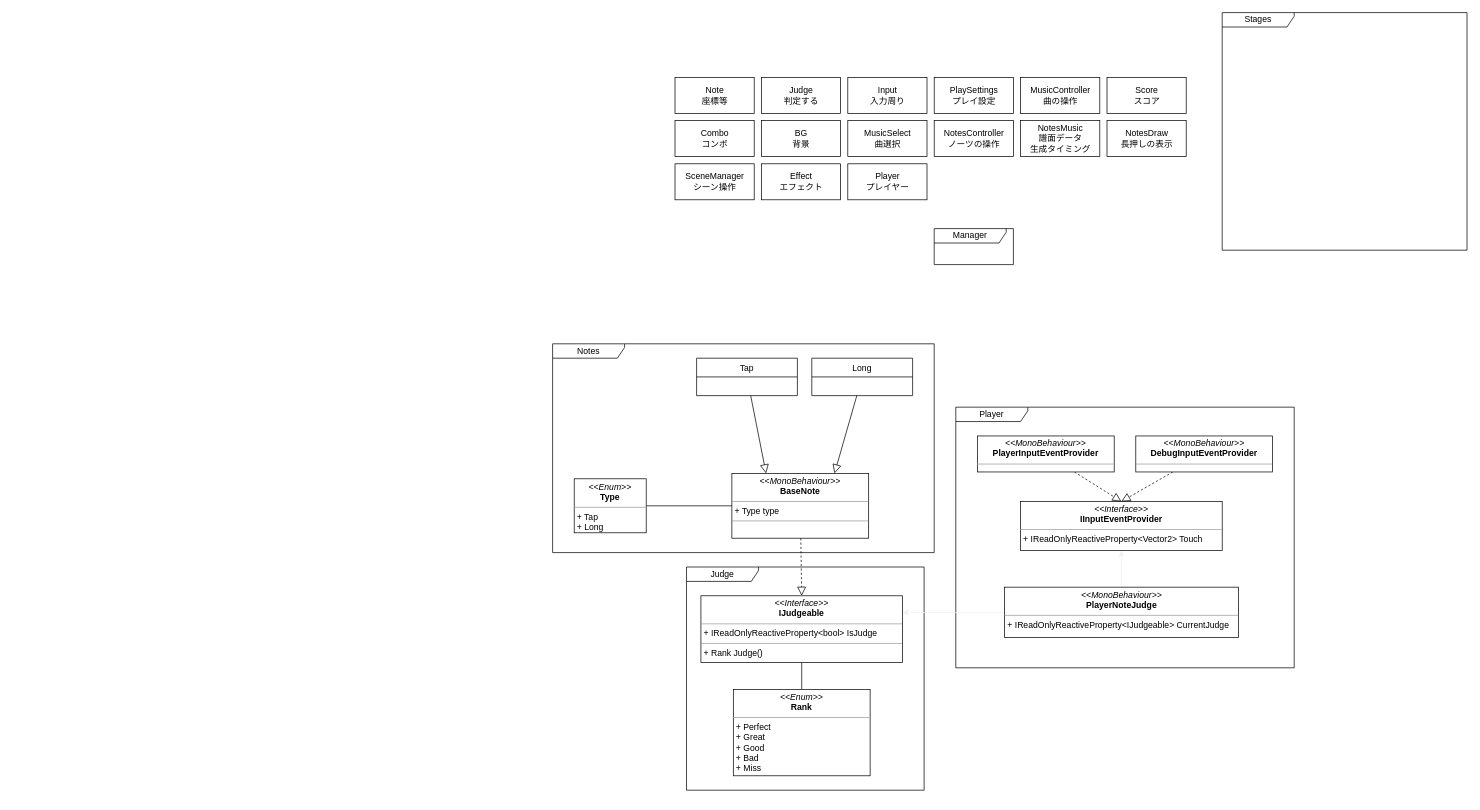
The draw.io diagram Assets/Ringtone/Documents~/Ringtone.drawio in eorfeorf/Ringtone, before the edit. Source tidied: cells renumbered, new cells numbered last; positions are measured from the earlier drawing's top-left corner, leaving out a move shared by most shapes. Both pictures are drawn from the tidied source at 72%, with x=0, y=0 at pixel (552, 12).
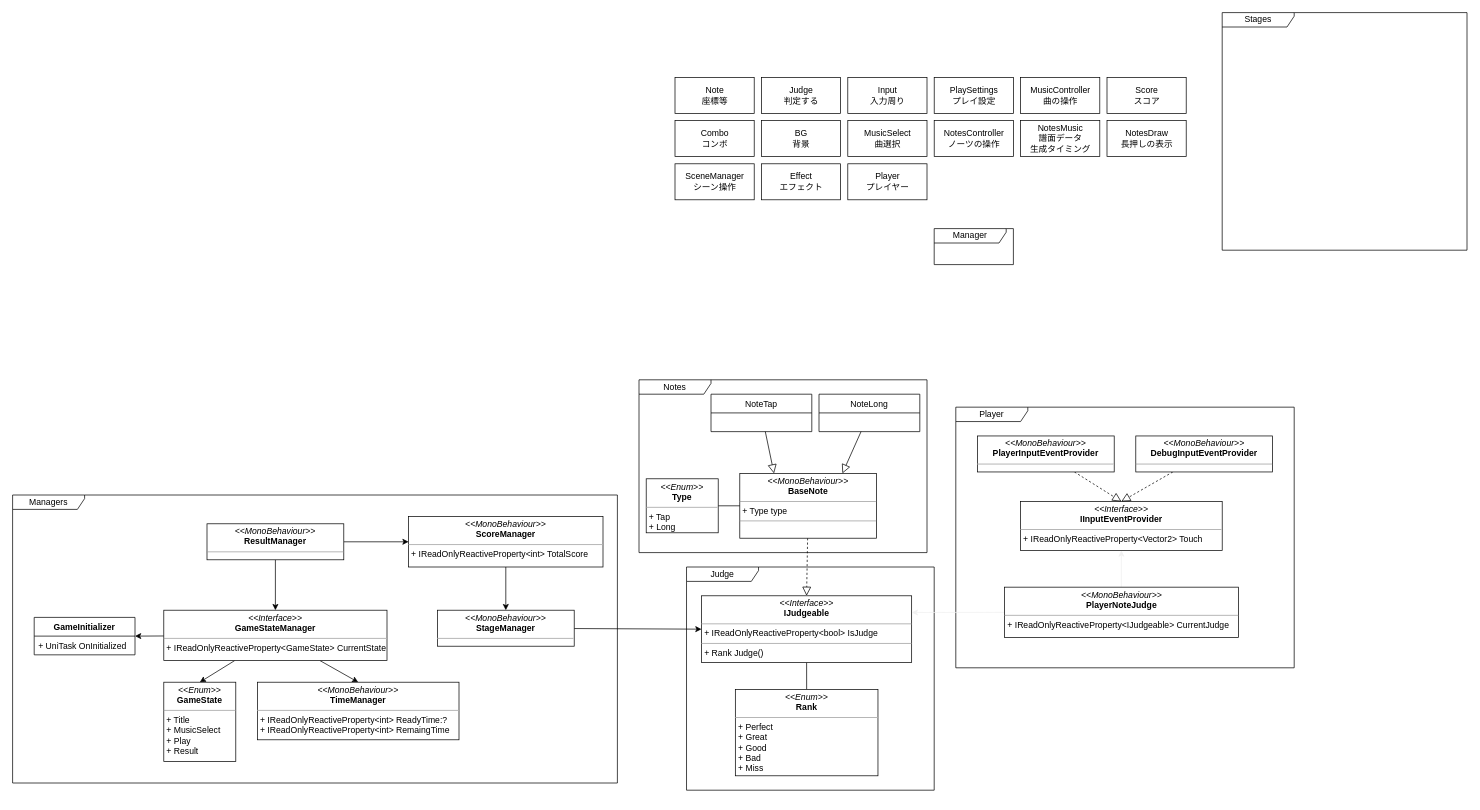
Above is the later version.

Commit message:
Managersの設計を追加

What changed in the source:
```diff
@@
+    <mxCell id="18" value="Notes" style="shape=umlFrame;whiteSpace=wrap;html=1;width=100;height=20;" parent="1" vertex="1">
+      <mxGeometry x="120" y="510" width="400" height="240" as="geometry" />
+    </mxCell>
+    <mxCell id="43" value="Managers" style="shape=umlFrame;whiteSpace=wrap;html=1;width=100;height=20;" parent="1" vertex="1">
+      <mxGeometry x="-750" y="670" width="840" height="400" as="geometry" />
+    </mxCell>
@@
-    <mxCell id="18" value="Notes" style="shape=umlFrame;whiteSpace=wrap;html=1;width=100;height=20;" parent="1" vertex="1">
-      <mxGeometry y="460" width="530" height="290" as="geometry" />
-    </mxCell>
@@
     <mxCell id="22" value="&lt;p style=&quot;margin: 0px ; margin-top: 4px ; text-align: center&quot;&gt;&lt;i&gt;&amp;lt;&amp;lt;MonoBehaviour&amp;gt;&amp;gt;&lt;/i&gt;&lt;br&gt;&lt;b&gt;BaseNote&lt;/b&gt;&lt;/p&gt;&lt;hr size=&quot;1&quot;&gt;&lt;p style=&quot;margin: 0px ; margin-left: 4px&quot;&gt;+ Type type&lt;/p&gt;&lt;hr size=&quot;1&quot;&gt;&lt;p style=&quot;margin: 0px ; margin-left: 4px&quot;&gt;&lt;br&gt;&lt;/p&gt;" style="verticalAlign=top;align=left;overflow=fill;fontSize=12;fontFamily=Helvetica;html=1;" parent="1" vertex="1">
-      <mxGeometry x="249" y="640" width="190" height="90" as="geometry" />
+      <mxGeometry x="260" y="640" width="190" height="90" as="geometry" />
     </mxCell>
     <mxCell id="23" style="group;" parent="1" vertex="1">
-      <mxGeometry x="186" y="770" width="330" height="320" as="geometry" />
+      <mxGeometry x="186" y="770" width="344" height="320" as="geometry" />
     </mxCell>
     <mxCell id="24" style="group;" parent="23" vertex="1">
-      <mxGeometry width="330" height="320" as="geometry" />
+      <mxGeometry width="344" height="320" as="geometry" />
     </mxCell>
     <mxCell id="25" value="Judge" style="shape=umlFrame;whiteSpace=wrap;html=1;width=100;height=20;" parent="24" vertex="1">
-      <mxGeometry width="330" height="310" as="geometry" />
+      <mxGeometry width="344" height="310" as="geometry" />
     </mxCell>
@@
     <mxCell id="27" value="&lt;p style=&quot;margin: 0px ; margin-top: 4px ; text-align: center&quot;&gt;&lt;i&gt;&amp;lt;&amp;lt;Interface&amp;gt;&amp;gt;&lt;/i&gt;&lt;br&gt;&lt;b&gt;IJudgeable&lt;/b&gt;&lt;/p&gt;&lt;hr size=&quot;1&quot;&gt;&lt;p style=&quot;margin: 0px ; margin-left: 4px&quot;&gt;+ IReadOnlyReactiveProperty&amp;lt;bool&amp;gt; IsJudge&lt;/p&gt;&lt;hr size=&quot;1&quot;&gt;&lt;p style=&quot;margin: 0px ; margin-left: 4px&quot;&gt;+ Rank Judge()&lt;/p&gt;" style="verticalAlign=top;align=left;overflow=fill;fontSize=12;fontFamily=Helvetica;html=1;" parent="24" vertex="1">
-      <mxGeometry x="20" y="40" width="280" height="92.7" as="geometry" />
+      <mxGeometry x="20.8" y="40" width="291.9" height="92.7" as="geometry" />
     </mxCell>
     <mxCell id="28" value="&lt;p style=&quot;margin: 0px ; margin-top: 4px ; text-align: center&quot;&gt;&lt;i&gt;&amp;lt;&amp;lt;Enum&amp;gt;&amp;gt;&lt;/i&gt;&lt;br&gt;&lt;b&gt;Rank&lt;/b&gt;&lt;/p&gt;&lt;hr size=&quot;1&quot;&gt;&lt;p style=&quot;margin: 0px ; margin-left: 4px&quot;&gt;+ Perfect&lt;/p&gt;&lt;p style=&quot;margin: 0px ; margin-left: 4px&quot;&gt;+ Great&lt;/p&gt;&lt;p style=&quot;margin: 0px ; margin-left: 4px&quot;&gt;+ Good&lt;/p&gt;&lt;p style=&quot;margin: 0px ; margin-left: 4px&quot;&gt;+ Bad&lt;/p&gt;&lt;p style=&quot;margin: 0px ; margin-left: 4px&quot;&gt;+ Miss&lt;/p&gt;" style="verticalAlign=top;align=left;overflow=fill;fontSize=12;fontFamily=Helvetica;html=1;" parent="24" vertex="1">
-      <mxGeometry x="65" y="170" width="190" height="120" as="geometry" />
+      <mxGeometry x="67.8" y="170" width="198.1" height="120" as="geometry" />
     </mxCell>
@@
-    <mxCell id="30" value="Tap" style="swimlane;fontStyle=0;horizontal=1;startSize=26;fillColor=none;" parent="1" vertex="1">
-      <mxGeometry x="200" y="480" width="140" height="52" as="geometry" />
-    </mxCell>
@@
-    <mxCell id="32" value="Long" style="swimlane;fontStyle=0;horizontal=1;startSize=26;fillColor=none;" parent="1" vertex="1">
-      <mxGeometry x="360" y="480" width="140" height="52" as="geometry" />
-    </mxCell>
@@
     <mxCell id="39" value="&lt;p style=&quot;margin: 0px ; margin-top: 4px ; text-align: center&quot;&gt;&lt;i&gt;&amp;lt;&amp;lt;Enum&amp;gt;&amp;gt;&lt;/i&gt;&lt;br&gt;&lt;b&gt;Type&lt;/b&gt;&lt;/p&gt;&lt;hr size=&quot;1&quot;&gt;&lt;p style=&quot;margin: 0px ; margin-left: 4px&quot;&gt;+ Tap&lt;br&gt;&lt;/p&gt;&lt;p style=&quot;margin: 0px ; margin-left: 4px&quot;&gt;+ Long&lt;/p&gt;" style="verticalAlign=top;align=left;overflow=fill;fontSize=12;fontFamily=Helvetica;html=1;" parent="1" vertex="1">
-      <mxGeometry x="30" y="647.5" width="100" height="75" as="geometry" />
+      <mxGeometry x="130" y="647.5" width="100" height="75" as="geometry" />
     </mxCell>
@@
+    <mxCell id="44" style="rounded=0;jettySize=auto;html=1;entryX=0.5;entryY=0;entryDx=0;entryDy=0;" parent="1" edge="1" source="47" target="48">
+      <mxGeometry relative="1" as="geometry" />
+    </mxCell>
+    <mxCell id="45" style="edgeStyle=none;rounded=0;jettySize=auto;html=1;entryX=0.5;entryY=0;entryDx=0;entryDy=0;" parent="1" edge="1" source="47" target="49">
+      <mxGeometry relative="1" as="geometry" />
+    </mxCell>
+    <mxCell id="46" style="edgeStyle=none;rounded=0;jettySize=auto;html=1;entryX=1;entryY=0.5;entryDx=0;entryDy=0;" parent="1" edge="1" source="47" target="57">
+      <mxGeometry relative="1" as="geometry" />
+    </mxCell>
+    <mxCell id="47" value="&lt;p style=&quot;margin: 0px ; margin-top: 4px ; text-align: center&quot;&gt;&lt;i&gt;&amp;lt;&amp;lt;Interface&amp;gt;&amp;gt;&lt;/i&gt;&lt;br&gt;&lt;b&gt;GameStateManager&lt;/b&gt;&lt;/p&gt;&lt;hr size=&quot;1&quot;&gt;&lt;p style=&quot;margin: 0px ; margin-left: 4px&quot;&gt;+ IReadOnlyReactiveProperty&amp;lt;GameState&amp;gt; CurrentState&lt;/p&gt;" style="verticalAlign=top;align=left;overflow=fill;fontSize=12;fontFamily=Helvetica;html=1;" parent="1" vertex="1">
+      <mxGeometry x="-540" y="830" width="310" height="70" as="geometry" />
+    </mxCell>
+    <mxCell id="48" value="&lt;p style=&quot;margin: 0px ; margin-top: 4px ; text-align: center&quot;&gt;&lt;i&gt;&amp;lt;&amp;lt;Enum&amp;gt;&amp;gt;&lt;/i&gt;&lt;br&gt;&lt;b&gt;GameState&lt;/b&gt;&lt;/p&gt;&lt;hr size=&quot;1&quot;&gt;&lt;p style=&quot;margin: 0px ; margin-left: 4px&quot;&gt;+ Title&lt;br&gt;&lt;/p&gt;&lt;p style=&quot;margin: 0px ; margin-left: 4px&quot;&gt;+ MusicSelect&lt;/p&gt;&lt;p style=&quot;margin: 0px ; margin-left: 4px&quot;&gt;+ Play&lt;/p&gt;&lt;p style=&quot;margin: 0px ; margin-left: 4px&quot;&gt;+ Result&lt;/p&gt;&lt;p style=&quot;margin: 0px ; margin-left: 4px&quot;&gt;&lt;br&gt;&lt;/p&gt;" style="verticalAlign=top;align=left;overflow=fill;fontSize=12;fontFamily=Helvetica;html=1;" parent="1" vertex="1">
+      <mxGeometry x="-540" y="930" width="100" height="110" as="geometry" />
+    </mxCell>
+    <mxCell id="49" value="&lt;p style=&quot;margin: 0px ; margin-top: 4px ; text-align: center&quot;&gt;&lt;i&gt;&amp;lt;&amp;lt;MonoBehaviour&amp;gt;&amp;gt;&lt;/i&gt;&lt;br&gt;&lt;b&gt;TimeManager&lt;/b&gt;&lt;/p&gt;&lt;hr size=&quot;1&quot;&gt;&lt;p style=&quot;margin: 0px ; margin-left: 4px&quot;&gt;+ IReadOnlyReactiveProperty&amp;lt;int&amp;gt; ReadyTime:?&lt;/p&gt;&lt;p style=&quot;margin: 0px ; margin-left: 4px&quot;&gt;+ IReadOnlyReactiveProperty&amp;lt;int&amp;gt; RemaingTime&lt;/p&gt;" style="verticalAlign=top;align=left;overflow=fill;fontSize=12;fontFamily=Helvetica;html=1;" parent="1" vertex="1">
+      <mxGeometry x="-410" y="930" width="280" height="80" as="geometry" />
+    </mxCell>
+    <mxCell id="50" style="edgeStyle=none;rounded=0;jettySize=auto;html=1;entryX=0.5;entryY=0;entryDx=0;entryDy=0;" parent="1" edge="1" source="52" target="47">
+      <mxGeometry relative="1" as="geometry" />
+    </mxCell>
+    <mxCell id="51" style="edgeStyle=none;rounded=0;jettySize=auto;html=1;entryX=0;entryY=0.5;entryDx=0;entryDy=0;" parent="1" edge="1" source="52" target="54">
+      <mxGeometry relative="1" as="geometry" />
+    </mxCell>
+    <mxCell id="52" value="&lt;p style=&quot;margin: 0px ; margin-top: 4px ; text-align: center&quot;&gt;&lt;i&gt;&amp;lt;&amp;lt;MonoBehaviour&amp;gt;&amp;gt;&lt;/i&gt;&lt;br&gt;&lt;b&gt;ResultManager&lt;/b&gt;&lt;/p&gt;&lt;hr size=&quot;1&quot;&gt;&lt;p style=&quot;margin: 0px ; margin-left: 4px&quot;&gt;&lt;br&gt;&lt;/p&gt;" style="verticalAlign=top;align=left;overflow=fill;fontSize=12;fontFamily=Helvetica;html=1;" parent="1" vertex="1">
+      <mxGeometry x="-480" y="710" width="190" height="50" as="geometry" />
+    </mxCell>
+    <mxCell id="53" style="edgeStyle=none;rounded=0;jettySize=auto;html=1;entryX=0.5;entryY=0;entryDx=0;entryDy=0;" parent="1" edge="1" source="54" target="56">
+      <mxGeometry relative="1" as="geometry" />
+    </mxCell>
+    <mxCell id="54" value="&lt;p style=&quot;margin: 0px ; margin-top: 4px ; text-align: center&quot;&gt;&lt;i&gt;&amp;lt;&amp;lt;MonoBehaviour&amp;gt;&amp;gt;&lt;/i&gt;&lt;br&gt;&lt;b&gt;ScoreManager&lt;/b&gt;&lt;/p&gt;&lt;hr size=&quot;1&quot;&gt;&lt;p style=&quot;margin: 0px ; margin-left: 4px&quot;&gt;+ IReadOnlyReactiveProperty&amp;lt;int&amp;gt; TotalScore&lt;/p&gt;" style="verticalAlign=top;align=left;overflow=fill;fontSize=12;fontFamily=Helvetica;html=1;" parent="1" vertex="1">
+      <mxGeometry x="-200" y="700" width="270" height="70" as="geometry" />
+    </mxCell>
+    <mxCell id="55" style="edgeStyle=none;rounded=0;jettySize=auto;html=1;entryX=0;entryY=0.5;entryDx=0;entryDy=0;" parent="1" edge="1" source="56" target="27">
+      <mxGeometry relative="1" as="geometry" />
+    </mxCell>
+    <mxCell id="56" value="&lt;p style=&quot;margin: 0px ; margin-top: 4px ; text-align: center&quot;&gt;&lt;i&gt;&amp;lt;&amp;lt;MonoBehaviour&amp;gt;&amp;gt;&lt;/i&gt;&lt;br&gt;&lt;b&gt;StageManager&lt;/b&gt;&lt;/p&gt;&lt;hr size=&quot;1&quot;&gt;&lt;p style=&quot;margin: 0px ; margin-left: 4px&quot;&gt;&lt;br&gt;&lt;/p&gt;" style="verticalAlign=top;align=left;overflow=fill;fontSize=12;fontFamily=Helvetica;html=1;" parent="1" vertex="1">
+      <mxGeometry x="-160" y="830" width="190" height="50" as="geometry" />
+    </mxCell>
+    <mxCell id="57" value="GameInitializer" style="swimlane;fontStyle=1;align=center;verticalAlign=top;horizontal=1;startSize=26;" parent="1" vertex="1">
+      <mxGeometry x="-720" y="840" width="140" height="52" as="geometry" />
+    </mxCell>
+    <mxCell id="58" value="+ UniTask OnInitialized" style="text;strokeColor=none;fillColor=none;align=left;verticalAlign=top;spacingLeft=4;spacingRight=4;overflow=hidden;" parent="57" vertex="1">
+      <mxGeometry y="26" width="140" height="26" as="geometry" />
+    </mxCell>
+    <mxCell id="30" value="NoteTap" style="swimlane;fontStyle=0;horizontal=1;startSize=26;fillColor=none;" parent="1" vertex="1">
+      <mxGeometry x="220" y="530" width="140" height="52" as="geometry" />
+    </mxCell>
+    <mxCell id="32" value="NoteLong" style="swimlane;fontStyle=0;horizontal=1;startSize=26;fillColor=none;" parent="1" vertex="1">
+      <mxGeometry x="370" y="530" width="140" height="52" as="geometry" />
+    </mxCell>
```
